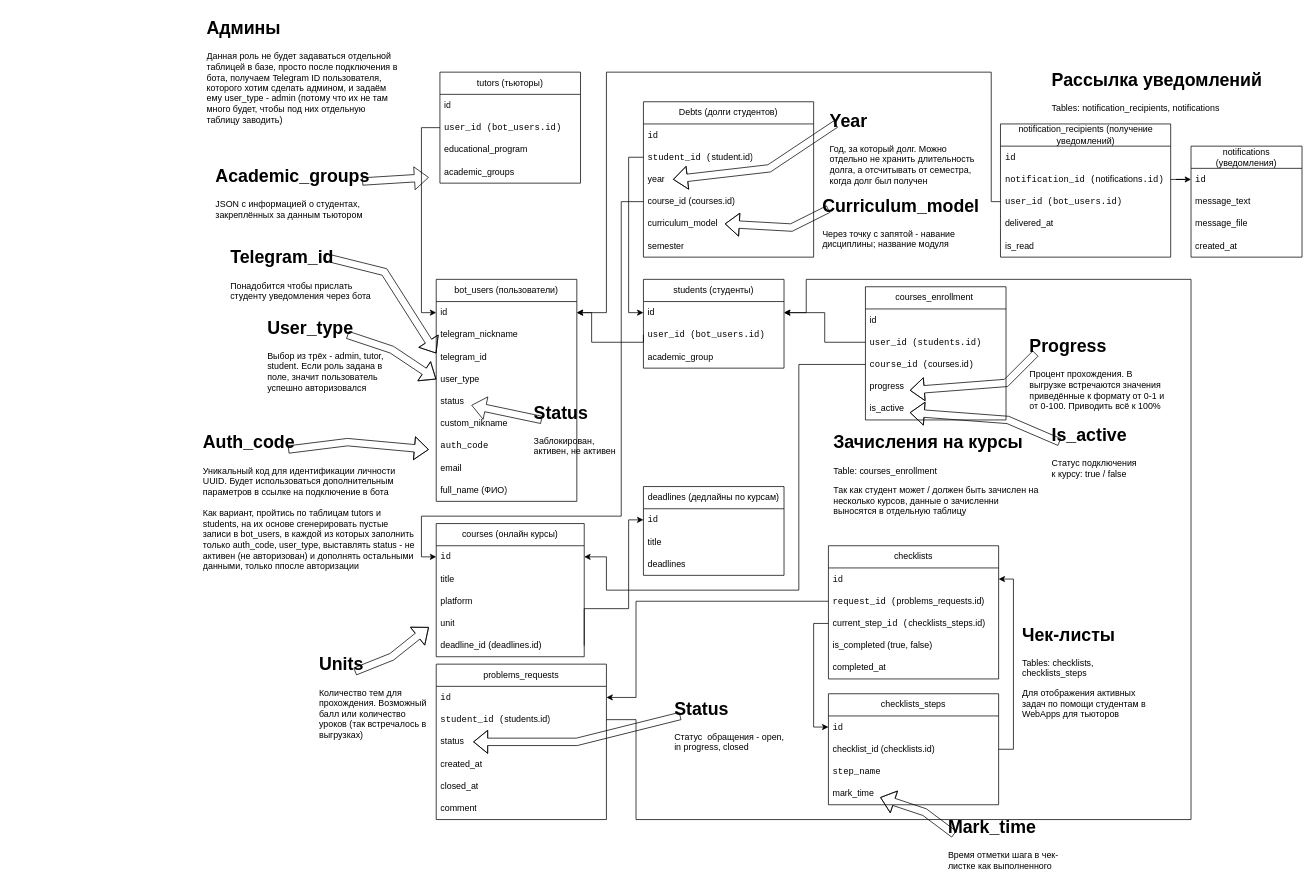
Before: Accompanying students.drawio in GeekNekoS/Draw_io, a draw.io diagram. Source tidied: cells renumbered, new cells numbered last; positions are measured from the earlier drawing's top-left corner, leaving out a move shared by most shapes. Both pictures are drawn from the tidied source at 74%, with x=0, y=0 at pixel (201, 13).
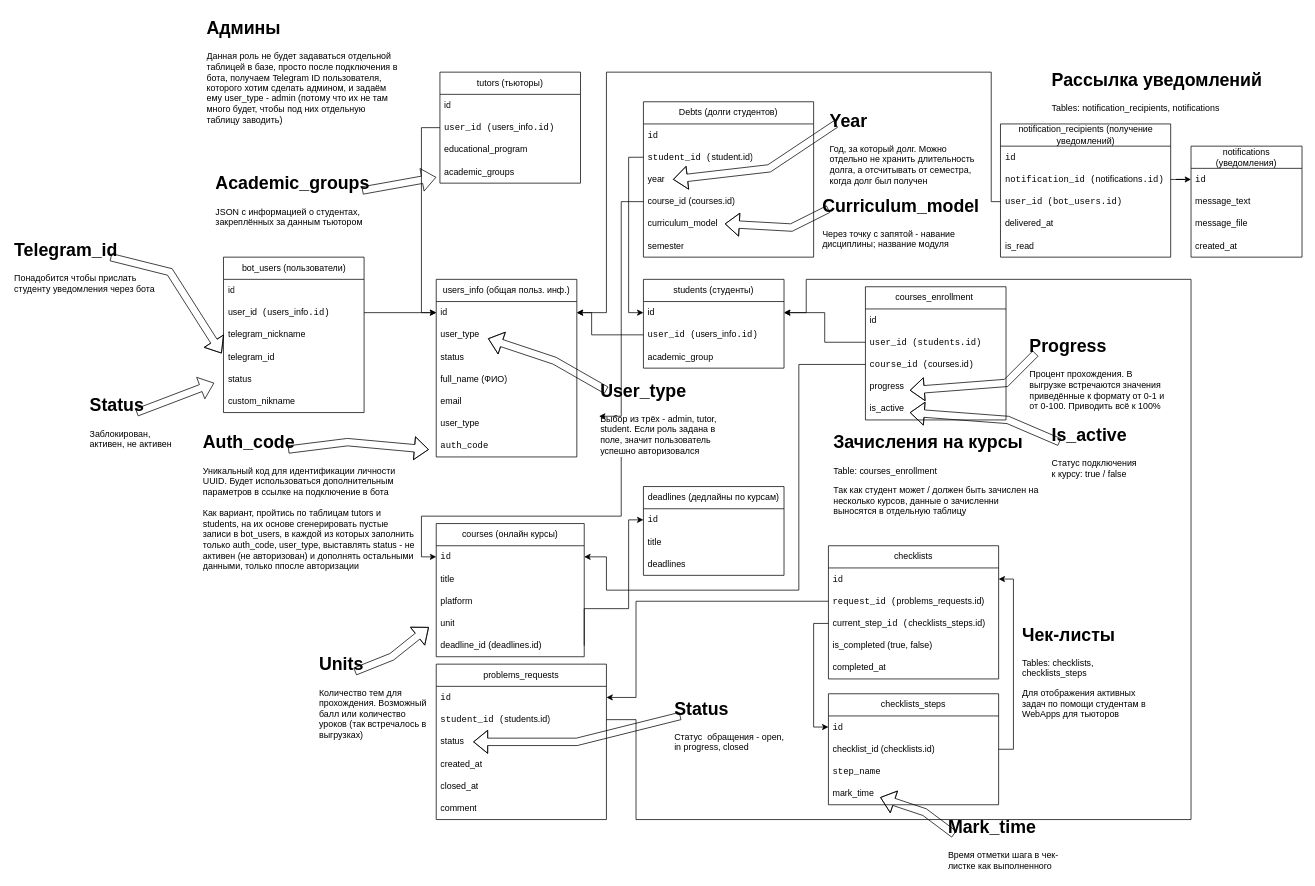
After the change.

The change refers to these unchanged cells:
```xml
<mxCell id="3" value="&lt;code&gt;id &lt;/code&gt;" style="text;strokeColor=none;fillColor=none;align=left;verticalAlign=middle;spacingLeft=4;spacingRight=4;overflow=hidden;points=[[0,0.5],[1,0.5]];portConstraint=eastwest;whiteSpace=wrap;html=1;" parent="2" vertex="1">
  <mxGeometry y="30" width="200" height="30" as="geometry" />
</mxCell>
<mxCell id="27" value="id " style="text;strokeColor=none;fillColor=none;align=left;verticalAlign=middle;spacingLeft=4;spacingRight=4;overflow=hidden;points=[[0,0.5],[1,0.5]];portConstraint=eastwest;whiteSpace=wrap;html=1;" parent="26" vertex="1">
  <mxGeometry y="30" width="190" height="30" as="geometry" />
</mxCell>
<mxCell id="37" value="students (студенты)" style="swimlane;fontStyle=0;horizontal=1;startSize=30;whiteSpace=wrap;html=1;" parent="1" vertex="1">
  <mxGeometry x="598" y="360" width="190" height="120" as="geometry" />
</mxCell>
<mxCell id="57" value="course_id (courses.id)" style="text;strokeColor=none;fillColor=none;align=left;verticalAlign=middle;spacingLeft=4;spacingRight=4;overflow=hidden;points=[[0,0.5],[1,0.5]];portConstraint=eastwest;whiteSpace=wrap;html=1;" parent="52" vertex="1">
  <mxGeometry y="120" width="230" height="30" as="geometry" />
</mxCell>
<mxCell id="70" value="tutors (тьюторы)" style="swimlane;fontStyle=0;horizontal=1;startSize=30;whiteSpace=wrap;html=1;" parent="1" vertex="1">
  <mxGeometry x="323" y="80" width="190" height="150" as="geometry" />
</mxCell>
```

Change to the diagram source:
```diff
@@
-    <mxCell id="26" value="bot_users (пользователи)" style="swimlane;fontStyle=0;horizontal=1;startSize=30;whiteSpace=wrap;html=1;" parent="1" vertex="1">
-      <mxGeometry x="318" y="360" width="190" height="300" as="geometry" />
+    <mxCell id="26" value="users_info (общая польз. инф.)" style="swimlane;fontStyle=0;horizontal=1;startSize=30;whiteSpace=wrap;html=1;" parent="1" vertex="1">
+      <mxGeometry x="318" y="360" width="190" height="240" as="geometry" />
     </mxCell>
@@
-    <mxCell id="28" value="telegram_nickname" style="text;strokeColor=none;fillColor=none;align=left;verticalAlign=middle;spacingLeft=4;spacingRight=4;overflow=hidden;whiteSpace=wrap;html=1;" parent="26" vertex="1">
-      <mxGeometry y="60" width="190" height="30" as="geometry" />
-    </mxCell>
-    <mxCell id="29" value="telegram_id " style="text;strokeColor=none;fillColor=none;align=left;verticalAlign=middle;spacingLeft=4;spacingRight=4;overflow=hidden;whiteSpace=wrap;html=1;" parent="26" vertex="1">
-      <mxGeometry y="90" width="190" height="30" as="geometry" />
-    </mxCell>
     <mxCell id="30" value="user_type" style="text;strokeColor=none;fillColor=none;align=left;verticalAlign=middle;spacingLeft=4;spacingRight=4;overflow=hidden;whiteSpace=wrap;html=1;" parent="26" vertex="1">
-      <mxGeometry y="120" width="190" height="30" as="geometry" />
+      <mxGeometry y="60" width="190" height="30" as="geometry" />
     </mxCell>
     <mxCell id="31" value="status" style="text;strokeColor=none;fillColor=none;align=left;verticalAlign=middle;spacingLeft=4;spacingRight=4;overflow=hidden;whiteSpace=wrap;html=1;" parent="26" vertex="1">
-      <mxGeometry y="150" width="190" height="30" as="geometry" />
+      <mxGeometry y="90" width="190" height="30" as="geometry" />
     </mxCell>
-    <mxCell id="32" style="shape=flexArrow;endArrow=classic;html=1;rounded=0;" parent="26" edge="1">
-      <mxGeometry relative="1" as="geometry">
-        <mxPoint x="142.5" y="190" as="sourcePoint" />
-        <mxPoint x="47.5" y="170" as="targetPoint" />
-      </mxGeometry>
-    </mxCell>
-    <mxCell id="33" value="custom_nikname" style="text;strokeColor=none;fillColor=none;align=left;verticalAlign=middle;spacingLeft=4;spacingRight=4;overflow=hidden;whiteSpace=wrap;html=1;" parent="26" vertex="1">
-      <mxGeometry y="180" width="190" height="30" as="geometry" />
-    </mxCell>
+    <mxCell id="36" value="full_name (ФИО)" style="text;strokeColor=none;fillColor=none;align=left;verticalAlign=middle;spacingLeft=4;spacingRight=4;overflow=hidden;whiteSpace=wrap;html=1;" parent="26" vertex="1">
+      <mxGeometry y="120" width="190" height="30" as="geometry" />
+    </mxCell>
+    <mxCell id="35" value="email" style="text;strokeColor=none;fillColor=none;align=left;verticalAlign=middle;spacingLeft=4;spacingRight=4;overflow=hidden;whiteSpace=wrap;html=1;" parent="26" vertex="1">
+      <mxGeometry y="150" width="190" height="30" as="geometry" />
+    </mxCell>
+    <mxCell id="114" value="user_type" style="text;strokeColor=none;fillColor=none;align=left;verticalAlign=middle;spacingLeft=4;spacingRight=4;overflow=hidden;whiteSpace=wrap;html=1;" parent="26" vertex="1">
+      <mxGeometry y="180" width="190" height="30" as="geometry" />
+    </mxCell>
@@
-    <mxCell id="35" value="email" style="text;strokeColor=none;fillColor=none;align=left;verticalAlign=middle;spacingLeft=4;spacingRight=4;overflow=hidden;whiteSpace=wrap;html=1;" parent="26" vertex="1">
-      <mxGeometry y="240" width="190" height="30" as="geometry" />
-    </mxCell>
-    <mxCell id="36" value="full_name (ФИО)" style="text;strokeColor=none;fillColor=none;align=left;verticalAlign=middle;spacingLeft=4;spacingRight=4;overflow=hidden;whiteSpace=wrap;html=1;" parent="26" vertex="1">
-      <mxGeometry y="270" width="190" height="30" as="geometry" />
-    </mxCell>
@@
-    <mxCell id="39" value="&lt;code&gt;user_id &lt;/code&gt;&lt;code&gt;(bot_users.id)&lt;/code&gt; " style="text;strokeColor=none;fillColor=none;align=left;verticalAlign=middle;spacingLeft=4;spacingRight=4;overflow=hidden;points=[[0,0.5],[1,0.5]];portConstraint=eastwest;whiteSpace=wrap;html=1;" parent="37" vertex="1">
+    <mxCell id="39" value="&lt;code&gt;user_id &lt;/code&gt;&lt;code&gt;(&lt;/code&gt;users_info&lt;code&gt;.id)&lt;/code&gt; " style="text;strokeColor=none;fillColor=none;align=left;verticalAlign=middle;spacingLeft=4;spacingRight=4;overflow=hidden;points=[[0,0.5],[1,0.5]];portConstraint=eastwest;whiteSpace=wrap;html=1;" parent="37" vertex="1">
       <mxGeometry y="60" width="190" height="30" as="geometry" />
     </mxCell>
@@
     <mxCell id="41" style="edgeStyle=orthogonalEdgeStyle;rounded=0;jettySize=auto;html=1;exitX=0;exitY=0.5;exitDx=0;exitDy=0;entryX=1;entryY=0.5;entryDx=0;entryDy=0;" parent="1" edge="1" source="39" target="27">
       <mxGeometry relative="1" as="geometry">
         <Array as="points">
-          <mxPoint x="598" y="445" />
-          <mxPoint x="528" y="445" />
+          <mxPoint x="528" y="435" />
           <mxPoint x="528" y="405" />
         </Array>
       </mxGeometry>
     </mxCell>
@@
-    <mxCell id="45" value="&lt;h1 style=&quot;margin-top: 0px;&quot;&gt;User_type&lt;/h1&gt;Выбор из трёх - admin, tutor, student. Если роль задана в поле, значит пользователь успешно авторизовался" style="text;html=1;whiteSpace=wrap;overflow=hidden;rounded=0;" parent="1" vertex="1">
-      <mxGeometry x="88" y="405" width="190" height="110" as="geometry" />
-    </mxCell>
@@
     <mxCell id="47" value="&lt;h1 style=&quot;margin-top: 0px;&quot;&gt;Telegram_id &lt;/h1&gt;Понадобится чтобы прислать студенту уведомления через бота " style="text;html=1;whiteSpace=wrap;overflow=hidden;rounded=0;" parent="1" vertex="1">
-      <mxGeometry x="38" y="310" width="215" height="90" as="geometry" />
+      <mxGeometry x="-254" y="300" width="215" height="90" as="geometry" />
     </mxCell>
@@
-    <mxCell id="49" style="shape=flexArrow;endArrow=classic;html=1;rounded=0;" parent="1" edge="1">
-      <mxGeometry relative="1" as="geometry">
-        <mxPoint x="198" y="435" as="sourcePoint" />
-        <mxPoint x="318" y="495" as="targetPoint" />
-        <Array as="points">
-          <mxPoint x="258" y="455" />
-        </Array>
-      </mxGeometry>
-    </mxCell>
     <mxCell id="50" style="shape=flexArrow;endArrow=classic;html=1;rounded=0;" parent="1" edge="1">
       <mxGeometry relative="1" as="geometry">
-        <mxPoint x="168" y="330" as="sourcePoint" />
-        <mxPoint x="318" y="460" as="targetPoint" />
+        <mxPoint x="-122" y="330" as="sourcePoint" />
+        <mxPoint x="28" y="460" as="targetPoint" />
         <Array as="points">
-          <mxPoint x="248" y="350" />
+          <mxPoint x="-42" y="350" />
         </Array>
       </mxGeometry>
     </mxCell>
@@
     <mxCell id="64" value="&lt;h1 style=&quot;margin-top: 0px;&quot;&gt;Status&lt;/h1&gt;Заблокирован, активен, не активен" style="text;html=1;whiteSpace=wrap;overflow=hidden;rounded=0;" parent="1" vertex="1">
-      <mxGeometry x="448" y="520" width="130" height="80" as="geometry" />
+      <mxGeometry x="-152" y="510" width="130" height="80" as="geometry" />
     </mxCell>
@@
-    <mxCell id="72" value="&lt;code&gt;user_id (bot_users.id)&lt;/code&gt; " style="text;strokeColor=none;fillColor=none;align=left;verticalAlign=middle;spacingLeft=4;spacingRight=4;overflow=hidden;points=[[0,0.5],[1,0.5]];portConstraint=eastwest;whiteSpace=wrap;html=1;" parent="70" vertex="1">
+    <mxCell id="72" value="&lt;code&gt;user_id (&lt;/code&gt;users_info&lt;code&gt;.id)&lt;/code&gt; " style="text;strokeColor=none;fillColor=none;align=left;verticalAlign=middle;spacingLeft=4;spacingRight=4;overflow=hidden;points=[[0,0.5],[1,0.5]];portConstraint=eastwest;whiteSpace=wrap;html=1;" parent="70" vertex="1">
       <mxGeometry y="60" width="190" height="30" as="geometry" />
     </mxCell>
@@
     <mxCell id="76" style="shape=flexArrow;endArrow=classic;html=1;rounded=0;" parent="1" edge="1">
       <mxGeometry relative="1" as="geometry">
-        <mxPoint x="218" y="227.8" as="sourcePoint" />
-        <mxPoint x="308" y="222.2" as="targetPoint" />
+        <mxPoint x="218" y="240" as="sourcePoint" />
+        <mxPoint x="318" y="222" as="targetPoint" />
       </mxGeometry>
     </mxCell>
@@
-    <mxCell id="107" style="edgeStyle=orthogonalEdgeStyle;rounded=0;jettySize=auto;html=1;entryX=0;entryY=0.5;entryDx=0;entryDy=0;" parent="1" edge="1" source="57" target="3">
+    <mxCell id="107" style="edgeStyle=orthogonalEdgeStyle;rounded=0;jettySize=auto;html=1;entryX=0;entryY=0.5;entryDx=0;entryDy=0;" parent="1" edge="1" source="45" target="3">
       <mxGeometry relative="1" as="geometry">
         <Array as="points">
-          <mxPoint x="568" y="255" />
           <mxPoint x="568" y="680" />
           <mxPoint x="298" y="680" />
           <mxPoint x="298" y="735" />
         </Array>
       </mxGeometry>
     </mxCell>
@@
     <mxCell id="110" value="&lt;h1 style=&quot;margin-top: 0px;&quot;&gt;&lt;span style=&quot;white-space: pre-wrap;&quot; class=&quot;EzKURWReUAB5oZgtQNkl&quot;&gt;Academic&lt;/span&gt;_&lt;span style=&quot;white-space: pre-wrap;&quot; class=&quot;EzKURWReUAB5oZgtQNkl&quot;&gt;groups&lt;/span&gt;&lt;/h1&gt;JSON с информацией о студентах, закреплённых за данным тьютором" style="text;html=1;whiteSpace=wrap;overflow=hidden;rounded=0;" parent="1" vertex="1">
-      <mxGeometry x="18" y="200" width="215" height="90" as="geometry" />
+      <mxGeometry x="18" y="210" width="215" height="90" as="geometry" />
     </mxCell>
@@
+    <mxCell id="115" value="bot_users (пользователи)" style="swimlane;fontStyle=0;horizontal=1;startSize=30;whiteSpace=wrap;html=1;" parent="1" vertex="1">
+      <mxGeometry x="30.5" y="330" width="190" height="210" as="geometry" />
+    </mxCell>
+    <mxCell id="116" value="id " style="text;strokeColor=none;fillColor=none;align=left;verticalAlign=middle;spacingLeft=4;spacingRight=4;overflow=hidden;whiteSpace=wrap;html=1;" parent="115" vertex="1">
+      <mxGeometry y="30" width="190" height="30" as="geometry" />
+    </mxCell>
+    <mxCell id="117" value="user_id&amp;nbsp; &lt;code&gt;(&lt;/code&gt;users_info&lt;code&gt;.id)&lt;/code&gt;" style="text;strokeColor=none;fillColor=none;align=left;verticalAlign=middle;spacingLeft=4;spacingRight=4;overflow=hidden;points=[[0,0.5],[1,0.5]];portConstraint=eastwest;whiteSpace=wrap;html=1;" parent="115" vertex="1">
+      <mxGeometry y="60" width="190" height="30" as="geometry" />
+    </mxCell>
+    <mxCell id="28" value="telegram_nickname" style="text;strokeColor=none;fillColor=none;align=left;verticalAlign=middle;spacingLeft=4;spacingRight=4;overflow=hidden;whiteSpace=wrap;html=1;" parent="115" vertex="1">
+      <mxGeometry y="90" width="190" height="30" as="geometry" />
+    </mxCell>
+    <mxCell id="29" value="telegram_id " style="text;strokeColor=none;fillColor=none;align=left;verticalAlign=middle;spacingLeft=4;spacingRight=4;overflow=hidden;whiteSpace=wrap;html=1;" parent="115" vertex="1">
+      <mxGeometry y="120" width="190" height="30" as="geometry" />
+    </mxCell>
+    <mxCell id="118" value="status" style="text;strokeColor=none;fillColor=none;align=left;verticalAlign=middle;spacingLeft=4;spacingRight=4;overflow=hidden;whiteSpace=wrap;html=1;" parent="115" vertex="1">
+      <mxGeometry y="150" width="190" height="30" as="geometry" />
+    </mxCell>
+    <mxCell id="33" value="custom_nikname" style="text;strokeColor=none;fillColor=none;align=left;verticalAlign=middle;spacingLeft=4;spacingRight=4;overflow=hidden;whiteSpace=wrap;html=1;" parent="115" vertex="1">
+      <mxGeometry y="180" width="190" height="30" as="geometry" />
+    </mxCell>
+    <mxCell id="32" style="shape=flexArrow;endArrow=classic;html=1;rounded=0;" parent="1" edge="1">
+      <mxGeometry relative="1" as="geometry">
+        <mxPoint x="-87" y="540" as="sourcePoint" />
+        <mxPoint x="18" y="500" as="targetPoint" />
+      </mxGeometry>
+    </mxCell>
+    <mxCell id="119" style="edgeStyle=orthogonalEdgeStyle;rounded=0;jettySize=auto;html=1;entryX=0;entryY=0.5;entryDx=0;entryDy=0;" parent="1" edge="1" source="57" target="45">
+      <mxGeometry relative="1" as="geometry">
+        <Array as="points">
+          <mxPoint x="568" y="255" />
+        </Array>
+      </mxGeometry>
+    </mxCell>
+    <mxCell id="45" value="&lt;h1 style=&quot;margin-top: 0px;&quot;&gt;User_type&lt;/h1&gt;Выбор из трёх - admin, tutor, student. Если роль задана в поле, значит пользователь успешно авторизовался" style="text;html=1;whiteSpace=wrap;overflow=hidden;rounded=0;" parent="1" vertex="1">
+      <mxGeometry x="538" y="490" width="190" height="110" as="geometry" />
+    </mxCell>
+    <mxCell id="120" style="edgeStyle=orthogonalEdgeStyle;rounded=0;jettySize=auto;html=1;entryX=0;entryY=0.5;entryDx=0;entryDy=0;" parent="1" edge="1" source="117" target="27">
+      <mxGeometry relative="1" as="geometry" />
+    </mxCell>
+    <mxCell id="49" style="shape=flexArrow;endArrow=classic;html=1;rounded=0;" parent="1" edge="1">
+      <mxGeometry relative="1" as="geometry">
+        <mxPoint x="548" y="510" as="sourcePoint" />
+        <mxPoint x="388" y="440" as="targetPoint" />
+        <Array as="points">
+          <mxPoint x="478" y="470" />
+        </Array>
+      </mxGeometry>
+    </mxCell>
```
